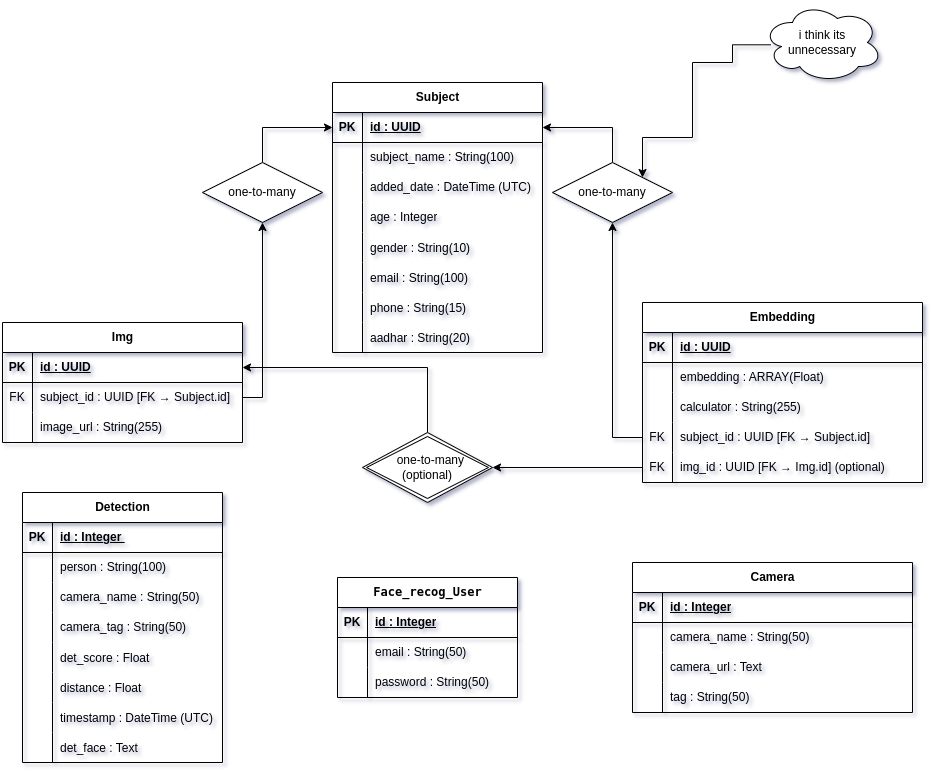
Earlier version of the draw.io export db_schema.drawio.png (irfan-autobits/drawings-). Source tidied: cells renumbered, new cells last; positions are measured from the earlier drawing's top-left corner, leaving out a move shared by most shapes.
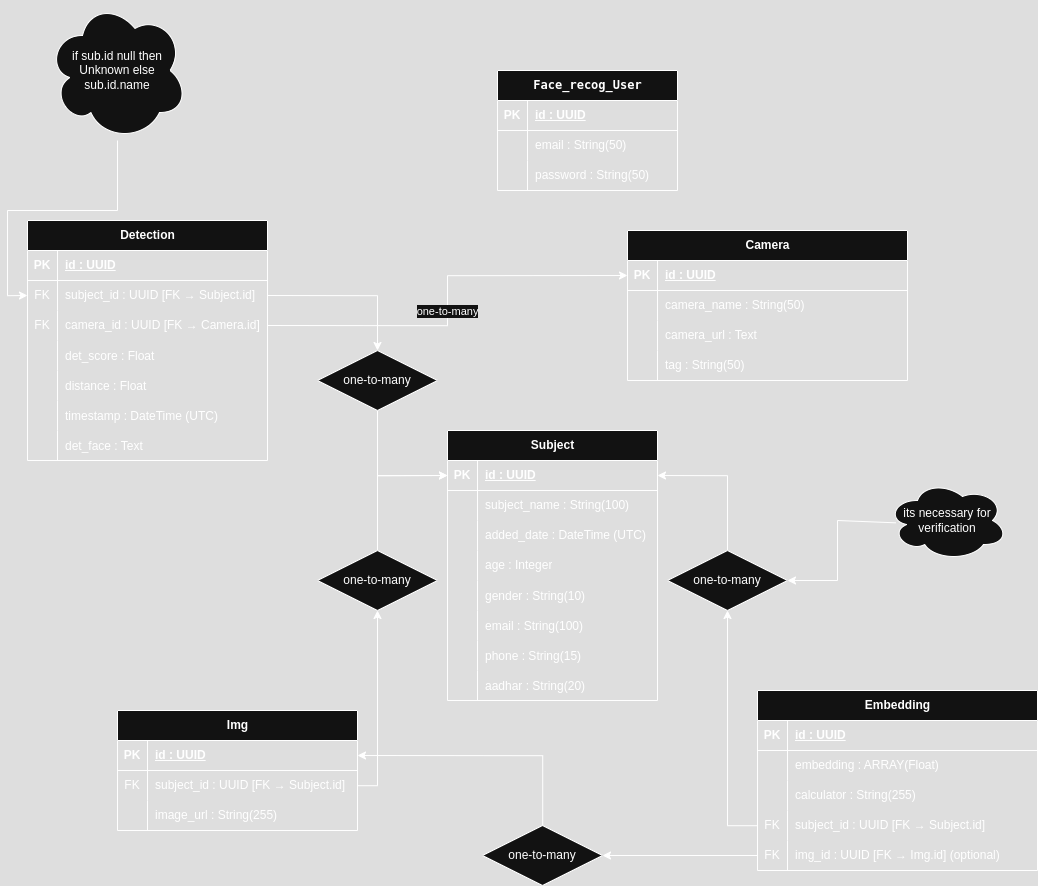
Later version of the same file.

Change to the diagram source:
```diff
@@ -3,7 +3,7 @@
     <mxCell id="0" />
     <mxCell id="1" parent="0" />
     <mxCell id="2" value="Subject" style="shape=table;startSize=30;rowLines=0;fontStyle=1;align=center;html=1;" parent="1" vertex="1">
-      <mxGeometry x="330" y="80" width="210" height="270" as="geometry" />
+      <mxGeometry x="330" y="40" width="210" height="270" as="geometry" />
     </mxCell>
     <mxCell id="3" style="shape=tableRow;horizontal=0;startSize=0;swimlaneHead=0;swimlaneBody=0;fillColor=none;points=[[0,0.5],[1,0.5]];portConstraint=eastwest;top=0;left=0;right=0;bottom=1;" parent="2" vertex="1">
       <mxGeometry y="30" width="210" height="30" as="geometry" />
@@ -78,82 +78,73 @@
       <mxGeometry x="30" width="180" height="30" as="geometry" />
     </mxCell>
     <mxCell id="27" value="Detection" style="shape=table;startSize=30;rowLines=0;fontStyle=1;align=center;html=1;" parent="1" vertex="1">
-      <mxGeometry x="20" y="490" width="200" height="270" as="geometry" />
+      <mxGeometry x="-90" y="-170" width="240" height="240" as="geometry" />
     </mxCell>
     <mxCell id="28" style="shape=tableRow;horizontal=0;startSize=0;swimlaneHead=0;swimlaneBody=0;fillColor=none;top=0;left=0;right=0;bottom=1;" parent="27" vertex="1">
-      <mxGeometry y="30" width="200" height="30" as="geometry" />
+      <mxGeometry y="30" width="240" height="30" as="geometry" />
     </mxCell>
     <mxCell id="29" value="PK" style="shape=partialRectangle;fillColor=none;top=0;left=0;bottom=0;right=0;fontStyle=1;overflow=hidden;whiteSpace=wrap;html=1;" parent="28" vertex="1">
       <mxGeometry width="30" height="30" as="geometry" />
     </mxCell>
-    <mxCell id="30" value="id : Integer&amp;nbsp;" style="shape=partialRectangle;fillColor=none;top=0;left=0;bottom=0;right=0;align=left;spacingLeft=6;fontStyle=5;overflow=hidden;whiteSpace=wrap;html=1;" parent="28" vertex="1">
-      <mxGeometry x="30" width="170" height="30" as="geometry" />
+    <mxCell id="30" value="id : UUID" style="shape=partialRectangle;fillColor=none;top=0;left=0;bottom=0;right=0;align=left;spacingLeft=6;fontStyle=5;overflow=hidden;whiteSpace=wrap;html=1;" parent="28" vertex="1">
+      <mxGeometry x="30" width="210" height="30" as="geometry" />
     </mxCell>
     <mxCell id="31" style="shape=tableRow;horizontal=0;startSize=0;swimlaneHead=0;swimlaneBody=0;fillColor=none;points=[[0,0.5],[1,0.5]];portConstraint=eastwest;top=0;left=0;right=0;bottom=0;" parent="27" vertex="1">
-      <mxGeometry y="60" width="200" height="30" as="geometry" />
+      <mxGeometry y="60" width="240" height="30" as="geometry" />
     </mxCell>
-    <mxCell id="32" style="shape=partialRectangle;fillColor=none;top=0;left=0;bottom=0;right=0;overflow=hidden;whiteSpace=wrap;html=1;" parent="31" vertex="1">
+    <mxCell id="32" value="FK" style="shape=partialRectangle;fillColor=none;top=0;left=0;bottom=0;right=0;overflow=hidden;whiteSpace=wrap;html=1;" parent="31" vertex="1">
       <mxGeometry width="30" height="30" as="geometry" />
     </mxCell>
-    <mxCell id="33" value="person : String(100)" style="shape=partialRectangle;fillColor=none;top=0;left=0;bottom=0;right=0;align=left;spacingLeft=6;overflow=hidden;whiteSpace=wrap;html=1;" parent="31" vertex="1">
-      <mxGeometry x="30" width="170" height="30" as="geometry" />
+    <mxCell id="33" value="subject_id : UUID [FK → Subject.id]" style="shape=partialRectangle;fillColor=none;top=0;left=0;bottom=0;right=0;align=left;spacingLeft=6;overflow=hidden;whiteSpace=wrap;html=1;" parent="31" vertex="1">
+      <mxGeometry x="30" width="210" height="30" as="geometry" />
     </mxCell>
     <mxCell id="34" style="shape=tableRow;horizontal=0;startSize=0;swimlaneHead=0;swimlaneBody=0;fillColor=none;points=[[0,0.5],[1,0.5]];portConstraint=eastwest;top=0;left=0;right=0;bottom=0;" parent="27" vertex="1">
-      <mxGeometry y="90" width="200" height="30" as="geometry" />
+      <mxGeometry y="90" width="240" height="30" as="geometry" />
     </mxCell>
-    <mxCell id="35" style="shape=partialRectangle;fillColor=none;top=0;left=0;bottom=0;right=0;overflow=hidden;whiteSpace=wrap;html=1;" parent="34" vertex="1">
+    <mxCell id="35" value="FK" style="shape=partialRectangle;fillColor=none;top=0;left=0;bottom=0;right=0;overflow=hidden;whiteSpace=wrap;html=1;" parent="34" vertex="1">
       <mxGeometry width="30" height="30" as="geometry" />
     </mxCell>
-    <mxCell id="36" value="camera_name : String(50)" style="shape=partialRectangle;fillColor=none;top=0;left=0;bottom=0;right=0;align=left;spacingLeft=6;overflow=hidden;whiteSpace=wrap;html=1;" parent="34" vertex="1">
-      <mxGeometry x="30" width="170" height="30" as="geometry" />
+    <mxCell id="36" value="camera_id : UUID [FK → Camera.id]" style="shape=partialRectangle;fillColor=none;top=0;left=0;bottom=0;right=0;align=left;spacingLeft=6;overflow=hidden;whiteSpace=wrap;html=1;" parent="34" vertex="1">
+      <mxGeometry x="30" width="210" height="30" as="geometry" />
     </mxCell>
-    <mxCell id="37" style="shape=tableRow;horizontal=0;startSize=0;swimlaneHead=0;swimlaneBody=0;fillColor=none;top=0;left=0;right=0;bottom=0;" parent="27" vertex="1">
-      <mxGeometry y="120" width="200" height="30" as="geometry" />
-    </mxCell>
-    <mxCell id="38" style="shape=partialRectangle;fillColor=none;top=0;left=0;bottom=0;right=0;overflow=hidden;whiteSpace=wrap;html=1;" parent="37" vertex="1">
-      <mxGeometry width="30" height="30" as="geometry" />
-    </mxCell>
-    <mxCell id="39" value="camera_tag : String(50)" style="shape=partialRectangle;fillColor=none;top=0;left=0;bottom=0;right=0;align=left;spacingLeft=6;overflow=hidden;whiteSpace=wrap;html=1;" parent="37" vertex="1">
-      <mxGeometry x="30" width="170" height="30" as="geometry" />
-    </mxCell>
     <mxCell id="40" style="shape=tableRow;horizontal=0;startSize=0;swimlaneHead=0;swimlaneBody=0;fillColor=none;top=0;left=0;right=0;bottom=0;" parent="27" vertex="1">
-      <mxGeometry y="150" width="200" height="30" as="geometry" />
+      <mxGeometry y="120" width="240" height="30" as="geometry" />
     </mxCell>
     <mxCell id="41" style="shape=partialRectangle;fillColor=none;top=0;left=0;bottom=0;right=0;overflow=hidden;" parent="40" vertex="1">
       <mxGeometry width="30" height="30" as="geometry" />
     </mxCell>
     <mxCell id="42" value="det_score : Float" style="shape=partialRectangle;fillColor=none;top=0;left=0;bottom=0;right=0;align=left;spacingLeft=6;overflow=hidden;" parent="40" vertex="1">
-      <mxGeometry x="30" width="170" height="30" as="geometry" />
+      <mxGeometry x="30" width="210" height="30" as="geometry" />
     </mxCell>
     <mxCell id="43" style="shape=tableRow;horizontal=0;startSize=0;swimlaneHead=0;swimlaneBody=0;fillColor=none;top=0;left=0;right=0;bottom=0;" parent="27" vertex="1">
-      <mxGeometry y="180" width="200" height="30" as="geometry" />
+      <mxGeometry y="150" width="240" height="30" as="geometry" />
     </mxCell>
     <mxCell id="44" style="shape=partialRectangle;fillColor=none;top=0;left=0;bottom=0;right=0;overflow=hidden;" parent="43" vertex="1">
       <mxGeometry width="30" height="30" as="geometry" />
     </mxCell>
     <mxCell id="45" value="distance : Float" style="shape=partialRectangle;fillColor=none;top=0;left=0;bottom=0;right=0;align=left;spacingLeft=6;overflow=hidden;" parent="43" vertex="1">
-      <mxGeometry x="30" width="170" height="30" as="geometry" />
+      <mxGeometry x="30" width="210" height="30" as="geometry" />
     </mxCell>
     <mxCell id="46" style="shape=tableRow;horizontal=0;startSize=0;swimlaneHead=0;swimlaneBody=0;fillColor=none;top=0;left=0;right=0;bottom=0;" parent="27" vertex="1">
-      <mxGeometry y="210" width="200" height="30" as="geometry" />
+      <mxGeometry y="180" width="240" height="30" as="geometry" />
     </mxCell>
     <mxCell id="47" style="shape=partialRectangle;fillColor=none;top=0;left=0;bottom=0;right=0;overflow=hidden;" parent="46" vertex="1">
       <mxGeometry width="30" height="30" as="geometry" />
     </mxCell>
     <mxCell id="48" value="timestamp : DateTime (UTC)" style="shape=partialRectangle;fillColor=none;top=0;left=0;bottom=0;right=0;align=left;spacingLeft=6;overflow=hidden;" parent="46" vertex="1">
-      <mxGeometry x="30" width="170" height="30" as="geometry" />
+      <mxGeometry x="30" width="210" height="30" as="geometry" />
     </mxCell>
     <mxCell id="49" style="shape=tableRow;horizontal=0;startSize=0;swimlaneHead=0;swimlaneBody=0;fillColor=none;top=0;left=0;right=0;bottom=0;" parent="27" vertex="1">
-      <mxGeometry y="240" width="200" height="30" as="geometry" />
+      <mxGeometry y="210" width="240" height="30" as="geometry" />
     </mxCell>
     <mxCell id="50" style="shape=partialRectangle;fillColor=none;top=0;left=0;bottom=0;right=0;overflow=hidden;" parent="49" vertex="1">
       <mxGeometry width="30" height="30" as="geometry" />
     </mxCell>
     <mxCell id="51" value="det_face : Text" style="shape=partialRectangle;fillColor=none;top=0;left=0;bottom=0;right=0;align=left;spacingLeft=6;overflow=hidden;" parent="49" vertex="1">
-      <mxGeometry x="30" width="170" height="30" as="geometry" />
+      <mxGeometry x="30" width="210" height="30" as="geometry" />
     </mxCell>
     <mxCell id="52" value="&lt;code&gt;Face_recog_User&lt;/code&gt;" style="shape=table;startSize=30;rowLines=0;fontStyle=1;align=center;html=1;" parent="1" vertex="1">
-      <mxGeometry x="335" y="575" width="180" height="120" as="geometry" />
+      <mxGeometry x="380" y="-320" width="180" height="120" as="geometry" />
     </mxCell>
     <mxCell id="53" style="shape=tableRow;horizontal=0;startSize=0;swimlaneHead=0;swimlaneBody=0;fillColor=none;top=0;left=0;right=0;bottom=1;" parent="52" vertex="1">
       <mxGeometry y="30" width="180" height="30" as="geometry" />
@@ -161,7 +152,7 @@
     <mxCell id="54" value="PK" style="shape=partialRectangle;fillColor=none;top=0;left=0;bottom=0;right=0;fontStyle=1;overflow=hidden;whiteSpace=wrap;html=1;" parent="53" vertex="1">
       <mxGeometry width="30" height="30" as="geometry" />
     </mxCell>
-    <mxCell id="55" value="id : Integer" style="shape=partialRectangle;fillColor=none;top=0;left=0;bottom=0;right=0;align=left;spacingLeft=6;fontStyle=5;overflow=hidden;whiteSpace=wrap;html=1;" parent="53" vertex="1">
+    <mxCell id="55" value="id : UUID" style="shape=partialRectangle;fillColor=none;top=0;left=0;bottom=0;right=0;align=left;spacingLeft=6;fontStyle=5;overflow=hidden;whiteSpace=wrap;html=1;" parent="53" vertex="1">
       <mxGeometry x="30" width="150" height="30" as="geometry" />
     </mxCell>
     <mxCell id="56" style="shape=tableRow;horizontal=0;startSize=0;swimlaneHead=0;swimlaneBody=0;fillColor=none;top=0;left=0;right=0;bottom=0;" parent="52" vertex="1">
@@ -261,7 +252,7 @@
       <mxGeometry x="30" width="210" height="30" as="geometry" />
     </mxCell>
     <mxCell id="88" value="Camera" style="shape=table;startSize=30;rowLines=0;fontStyle=1;align=center;html=1;" parent="1" vertex="1">
-      <mxGeometry x="630" y="560" width="280" height="150" as="geometry" />
+      <mxGeometry x="510" y="-160" width="280" height="150" as="geometry" />
     </mxCell>
     <mxCell id="89" style="shape=tableRow;horizontal=0;startSize=0;swimlaneHead=0;swimlaneBody=0;fillColor=none;points=[[0,0.5],[1,0.5]];portConstraint=eastwest;top=0;left=0;right=0;bottom=1;" parent="88" vertex="1">
       <mxGeometry y="30" width="280" height="30" as="geometry" />
@@ -269,7 +260,7 @@
     <mxCell id="90" value="PK" style="shape=partialRectangle;fillColor=none;top=0;left=0;bottom=0;right=0;fontStyle=1;overflow=hidden;whiteSpace=wrap;html=1;" parent="89" vertex="1">
       <mxGeometry width="30" height="30" as="geometry" />
     </mxCell>
-    <mxCell id="91" value="id : Integer" style="shape=partialRectangle;fillColor=none;top=0;left=0;bottom=0;right=0;align=left;spacingLeft=6;fontStyle=5;overflow=hidden;whiteSpace=wrap;html=1;" parent="89" vertex="1">
+    <mxCell id="91" value="id : UUID" style="shape=partialRectangle;fillColor=none;top=0;left=0;bottom=0;right=0;align=left;spacingLeft=6;fontStyle=5;overflow=hidden;whiteSpace=wrap;html=1;" parent="89" vertex="1">
       <mxGeometry x="30" width="250" height="30" as="geometry" />
     </mxCell>
     <mxCell id="92" style="shape=tableRow;horizontal=0;startSize=0;swimlaneHead=0;swimlaneBody=0;fillColor=none;top=0;left=0;right=0;bottom=0;" parent="88" vertex="1">
@@ -314,31 +305,50 @@
     <mxCell id="105" style="edgeStyle=orthogonalEdgeStyle;rounded=0;jettySize=auto;html=1;entryX=0.5;entryY=1;entryDx=0;entryDy=0;" parent="1" edge="1" source="82" target="102">
       <mxGeometry relative="1" as="geometry" />
     </mxCell>
-    <mxCell id="106" style="edgeStyle=orthogonalEdgeStyle;rounded=0;jettySize=auto;html=1;entryX=1;entryY=0.5;entryDx=0;entryDy=0;" parent="1" edge="1" source="107" target="79">
-      <mxGeometry relative="1" as="geometry" />
-    </mxCell>
-    <mxCell id="107" value="&amp;nbsp; one-to-many (optional)" style="shape=rhombus;double=1;perimeter=rhombusPerimeter;whiteSpace=wrap;html=1;align=center;" parent="1" vertex="1">
-      <mxGeometry x="360" y="430" width="130" height="70" as="geometry" />
-    </mxCell>
-    <mxCell id="108" style="edgeStyle=orthogonalEdgeStyle;rounded=0;jettySize=auto;html=1;entryX=1;entryY=0.5;entryDx=0;entryDy=0;" parent="1" edge="1" source="75" target="107">
+    <mxCell id="108" style="edgeStyle=orthogonalEdgeStyle;rounded=0;jettySize=auto;html=1;" parent="1" edge="1" source="75" target="112">
       <mxGeometry relative="1" as="geometry" />
     </mxCell>
     <mxCell id="109" style="edgeStyle=orthogonalEdgeStyle;rounded=0;jettySize=auto;html=1;entryX=0.5;entryY=1;entryDx=0;entryDy=0;" parent="1" edge="1" source="72" target="104">
       <mxGeometry relative="1" as="geometry" />
     </mxCell>
-    <mxCell id="110" style="edgeStyle=orthogonalEdgeStyle;rounded=0;jettySize=auto;html=1;entryX=1;entryY=0;entryDx=0;entryDy=0;exitX=0.069;exitY=0.529;exitDx=0;exitDy=0;exitPerimeter=0;" parent="1" edge="1" source="111" target="104">
+    <mxCell id="110" style="edgeStyle=orthogonalEdgeStyle;rounded=0;jettySize=auto;html=1;exitX=0.069;exitY=0.529;exitDx=0;exitDy=0;exitPerimeter=0;entryX=1;entryY=0.5;entryDx=0;entryDy=0;" parent="1" edge="1" source="111" target="104">
       <mxGeometry relative="1" as="geometry">
         <Array as="points">
-          <mxPoint x="730" y="42" />
-          <mxPoint x="730" y="60" />
-          <mxPoint x="690" y="60" />
-          <mxPoint x="690" y="135" />
-          <mxPoint x="640" y="135" />
+          <mxPoint x="778" y="130" />
+          <mxPoint x="720" y="130" />
+          <mxPoint x="720" y="190" />
         </Array>
       </mxGeometry>
     </mxCell>
-    <mxCell id="111" value="i think its unnecessary" style="ellipse;shape=cloud;whiteSpace=wrap;html=1;" parent="1" vertex="1">
-      <mxGeometry x="760" width="120" height="80" as="geometry" />
+    <mxCell id="111" value="its necessary for verification" style="ellipse;shape=cloud;whiteSpace=wrap;html=1;" parent="1" vertex="1">
+      <mxGeometry x="770" y="90" width="120" height="80" as="geometry" />
     </mxCell>
+    <mxCell id="112" value="one-to-many" style="shape=rhombus;perimeter=rhombusPerimeter;whiteSpace=wrap;html=1;align=center;" parent="1" vertex="1">
+      <mxGeometry x="365" y="435" width="120" height="60" as="geometry" />
+    </mxCell>
+    <mxCell id="113" style="edgeStyle=orthogonalEdgeStyle;rounded=0;jettySize=auto;html=1;entryX=1;entryY=0.5;entryDx=0;entryDy=0;" parent="1" edge="1" source="112" target="79">
+      <mxGeometry relative="1" as="geometry" />
+    </mxCell>
+    <mxCell id="114" style="edgeStyle=orthogonalEdgeStyle;rounded=0;jettySize=auto;html=1;entryX=0;entryY=0.5;entryDx=0;entryDy=0;" parent="1" edge="1" source="115" target="3">
+      <mxGeometry relative="1" as="geometry" />
+    </mxCell>
+    <mxCell id="115" value="one-to-many" style="shape=rhombus;perimeter=rhombusPerimeter;whiteSpace=wrap;html=1;align=center;" parent="1" vertex="1">
+      <mxGeometry x="200" y="-40" width="120" height="60" as="geometry" />
+    </mxCell>
+    <mxCell id="116" style="edgeStyle=orthogonalEdgeStyle;rounded=0;jettySize=auto;html=1;entryX=0.5;entryY=0;entryDx=0;entryDy=0;exitX=1;exitY=0.5;exitDx=0;exitDy=0;" parent="1" edge="1" source="31" target="115">
+      <mxGeometry relative="1" as="geometry" />
+    </mxCell>
+    <mxCell id="117" style="edgeStyle=orthogonalEdgeStyle;rounded=0;jettySize=auto;html=1;entryX=0;entryY=0.5;entryDx=0;entryDy=0;exitX=1;exitY=0.5;exitDx=0;exitDy=0;" parent="1" edge="1" source="34" target="89">
+      <mxGeometry relative="1" as="geometry" />
+    </mxCell>
+    <mxCell id="118" value="one-to-many" style="edgeLabel;html=1;align=center;verticalAlign=middle;" parent="117" vertex="1">
+      <mxGeometry x="-0.05" y="2" relative="1" as="geometry" />
+    </mxCell>
+    <mxCell id="119" style="edgeStyle=orthogonalEdgeStyle;rounded=0;jettySize=auto;html=1;entryX=0;entryY=0.5;entryDx=0;entryDy=0;" parent="1" edge="1" source="120" target="31">
+      <mxGeometry relative="1" as="geometry" />
+    </mxCell>
+    <mxCell id="120" value="if sub.id null then Unknown else sub.id.name" style="ellipse;shape=cloud;whiteSpace=wrap;html=1;" parent="1" vertex="1">
+      <mxGeometry x="-70" y="-390" width="140" height="140" as="geometry" />
+    </mxCell>
   </root>
 </mxGraphModel>
```
